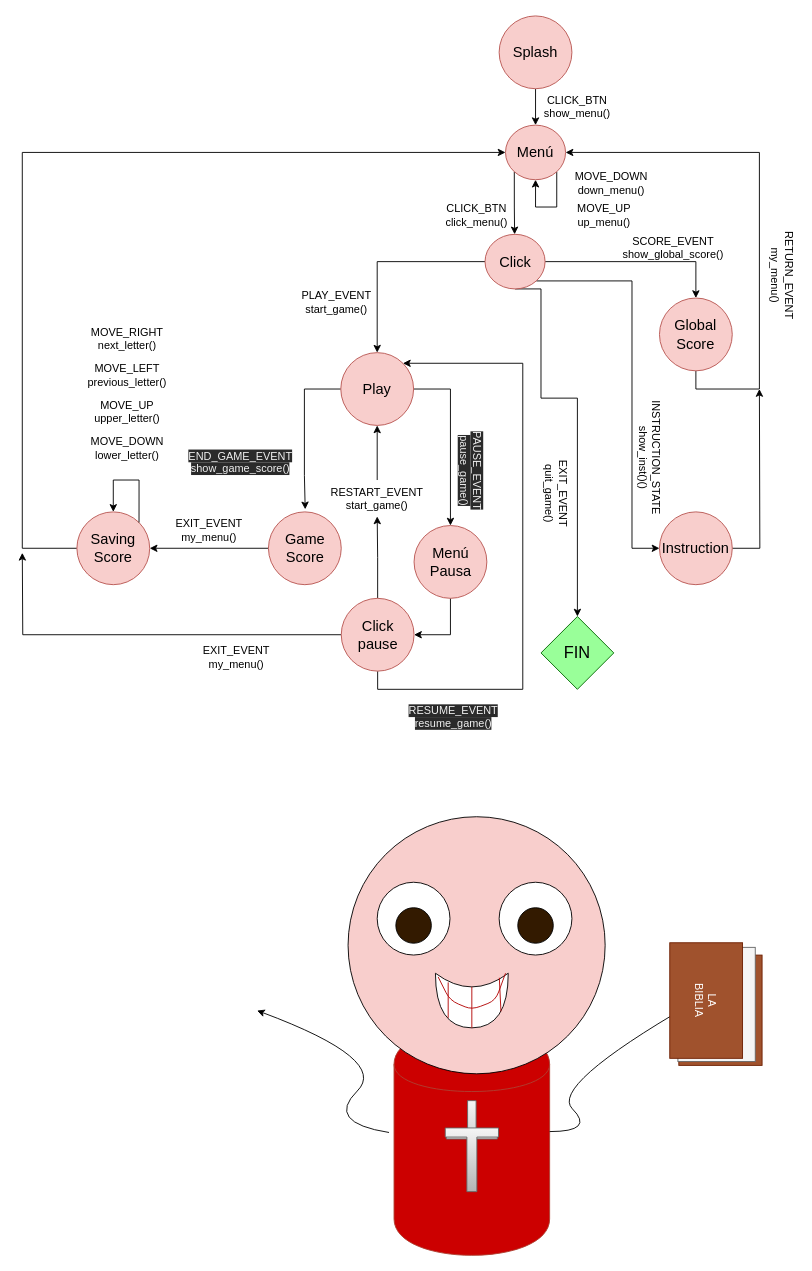
KevinWahle/Programacion-1-TP-Integrador keeps this draw.io diagram as some files/fsm_sketch.dio. Above is the earlier version. Source tidied: cells renumbered, new cells numbered last; positions are measured from the earlier drawing's top-left corner, leaving out a move shared by most shapes. Both pictures are drawn from the tidied source at 91%, with x=0, y=0 at pixel (22, 15).
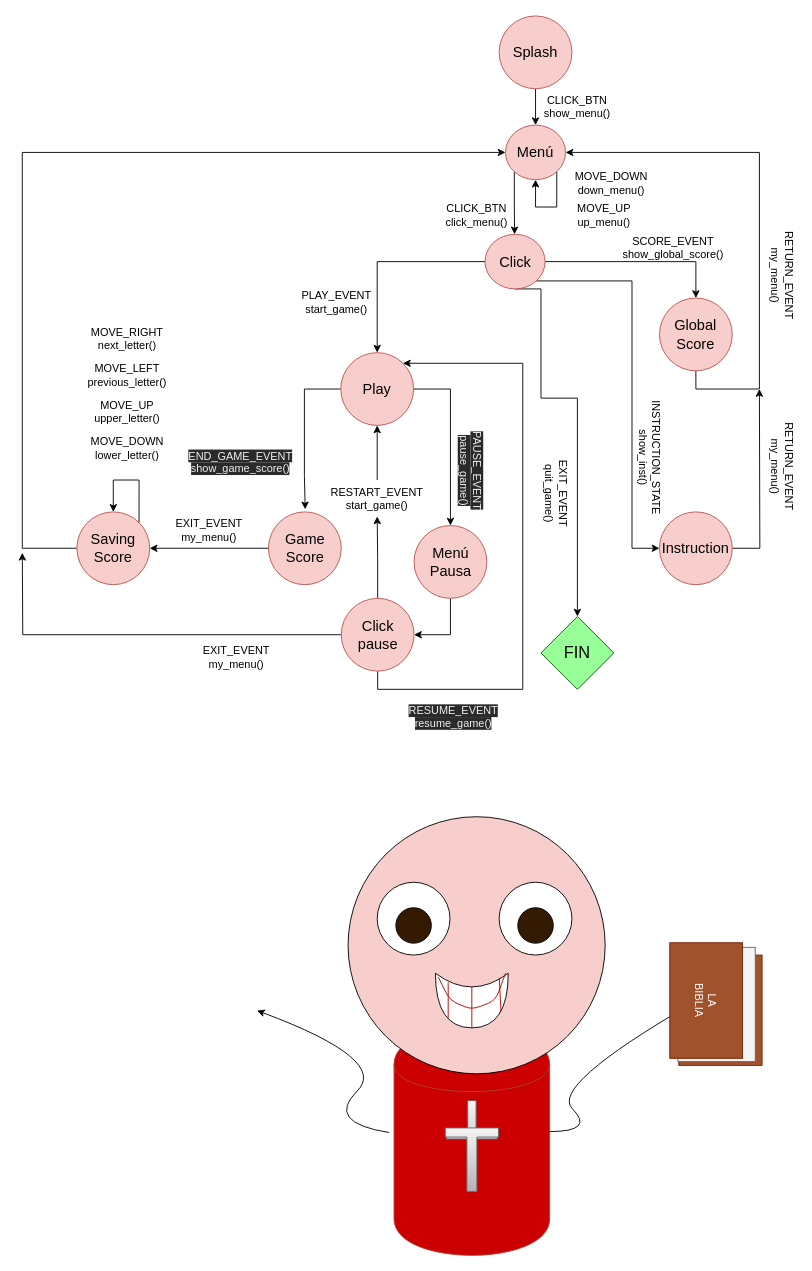
After the change.

Change to the diagram source:
```diff
@@
-    <mxCell id="63" value="INSTRUCTION_STATE&lt;br&gt;show_inst()()" style="text;html=1;align=center;verticalAlign=middle;rotation=90;" parent="1" vertex="1">
+    <mxCell id="63" value="INSTRUCTION_STATE&lt;br&gt;show_inst()" style="text;html=1;align=center;verticalAlign=middle;rotation=90;" parent="1" vertex="1">
       <mxGeometry x="620" y="470" width="140" height="30" as="geometry" />
     </mxCell>
@@
+    <mxCell id="69" value="RETURN_EVENT&lt;br&gt;my_menu()" style="text;html=1;align=center;verticalAlign=middle;rotation=90;" parent="1" vertex="1">
+      <mxGeometry x="780.2" y="480" width="110" height="30" as="geometry" />
+    </mxCell>
```
